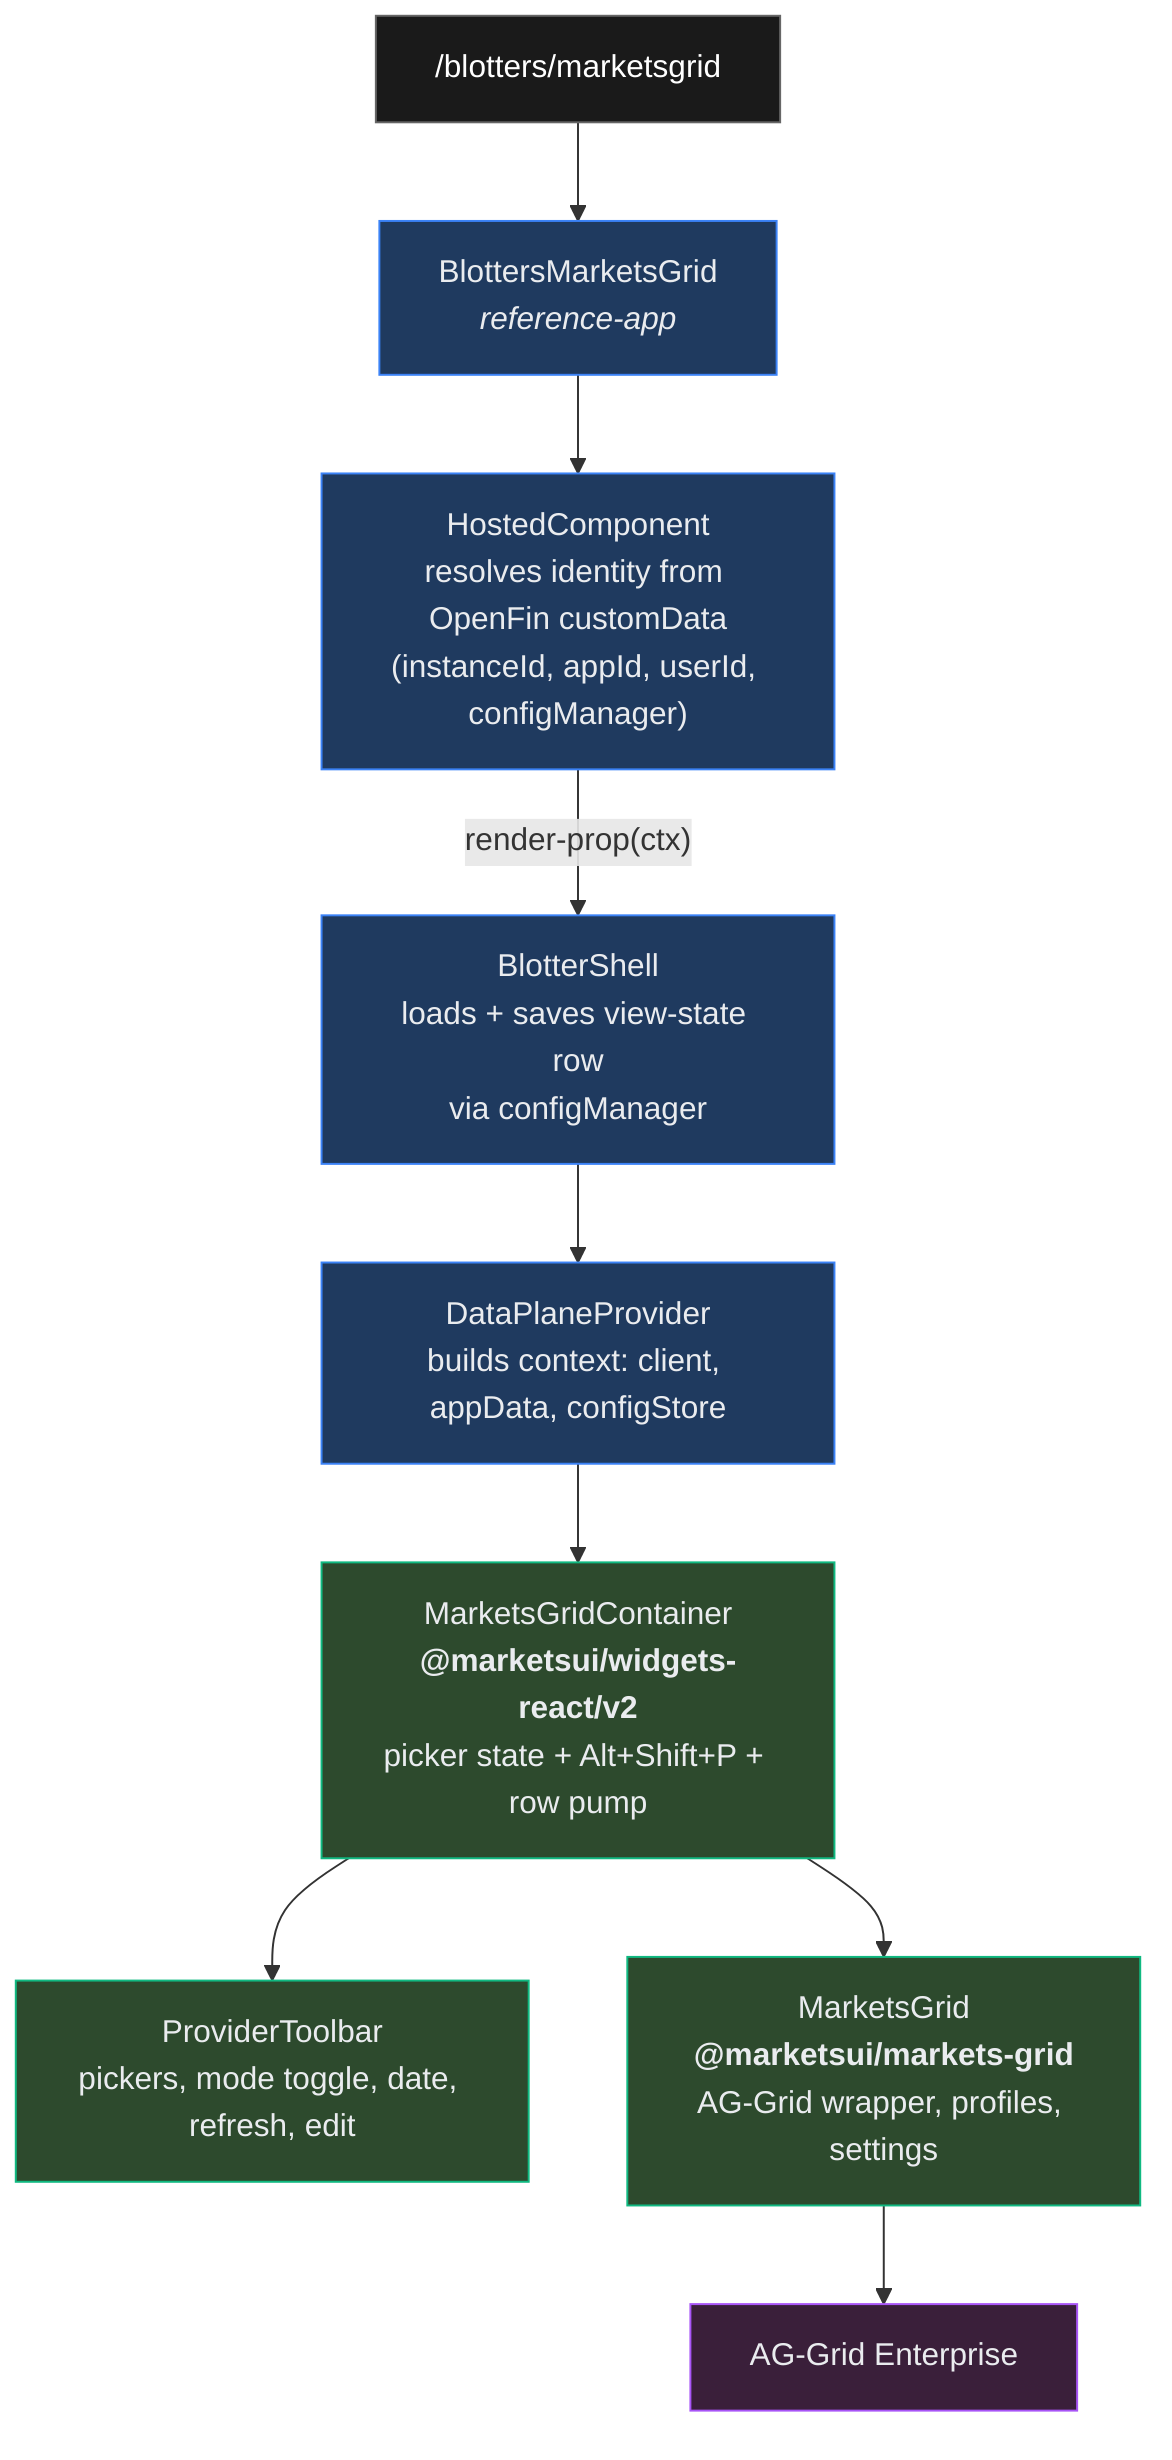
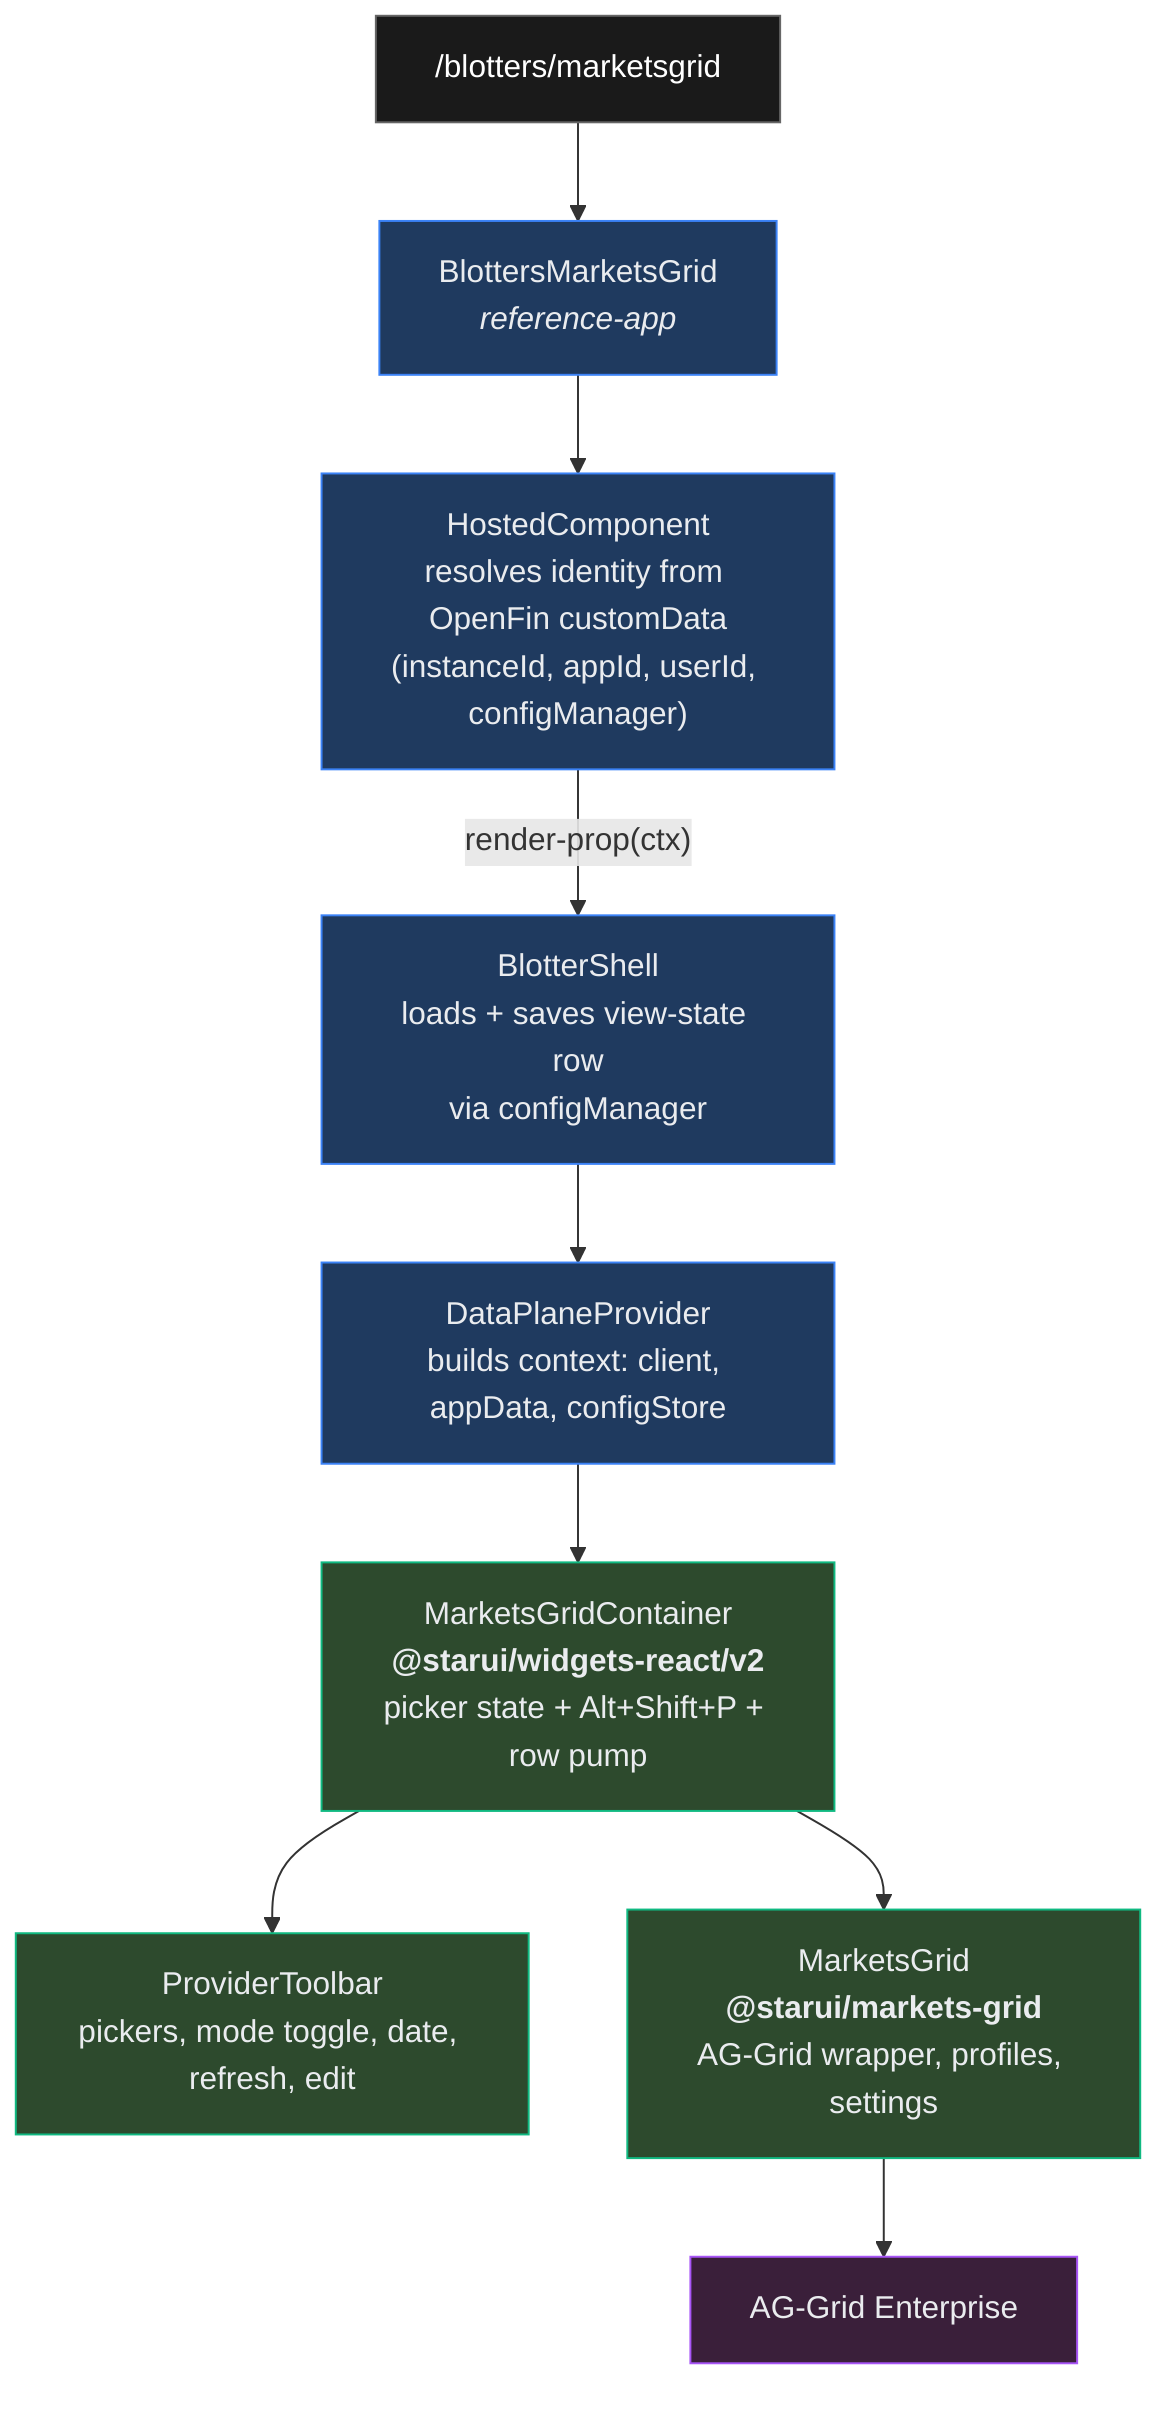
flowchart TD
    Route["/blotters/marketsgrid"]:::route
    Route --> BMG["BlottersMarketsGrid<br/><i>reference-app</i>"]
    BMG --> HC["HostedComponent<br/>resolves identity from OpenFin customData<br/>(instanceId, appId, userId, configManager)"]
    HC -->|"render-prop(ctx)"| BS["BlotterShell<br/>loads + saves view-state row<br/>via configManager"]
    BS --> DPP["DataPlaneProvider<br/>builds context: client, appData, configStore"]
-     DPP --> MGC["MarketsGridContainer<br/><b>@marketsui/widgets-react/v2</b><br/>picker state + Alt+Shift+P + row pump"]
+     DPP --> MGC["MarketsGridContainer<br/><b>@starui/widgets-react/v2</b><br/>picker state + Alt+Shift+P + row pump"]
    MGC --> PT["ProviderToolbar<br/>pickers, mode toggle, date, refresh, edit"]
-     MGC --> MG["MarketsGrid<br/><b>@marketsui/markets-grid</b><br/>AG-Grid wrapper, profiles, settings"]
+     MGC --> MG["MarketsGrid<br/><b>@starui/markets-grid</b><br/>AG-Grid wrapper, profiles, settings"]
    MG --> AG["AG-Grid Enterprise"]

    classDef app fill:#1f3a5f,stroke:#3b82f6,color:#eaecef
    classDef pkg fill:#2d4a2d,stroke:#10b981,color:#eaecef
    classDef route fill:#1a1a1a,stroke:#666,color:#fff
    classDef extlib fill:#3a1f3a,stroke:#a855f7,color:#eaecef

    class BMG,BS,HC,DPP app
    class MGC,MG,PT pkg
    class AG extlib
